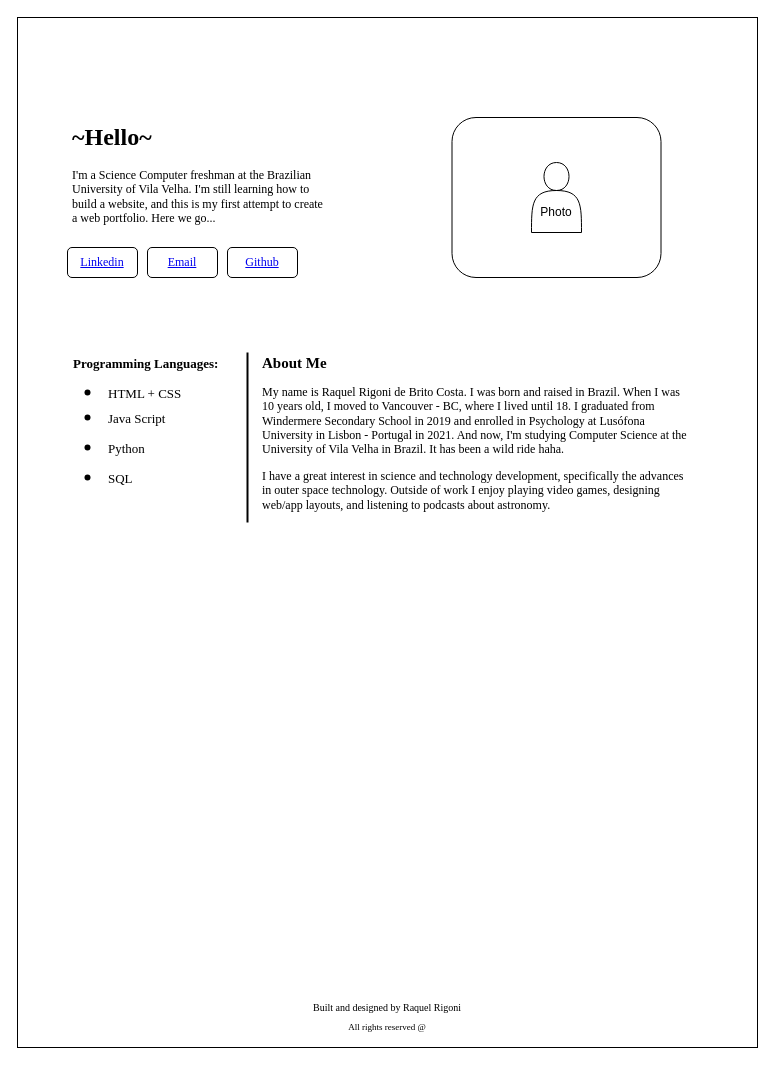
Above: Portfolio Layout Web.drawio in raqlr/WebCC1M (draw.io), before the change. Source tidied: cells renumbered, new cells numbered last; positions are measured from the earlier drawing's top-left corner, leaving out a move shared by most shapes. Both pictures are drawn from the tidied source at 100%, with x=0, y=0 at pixel (17, 17).
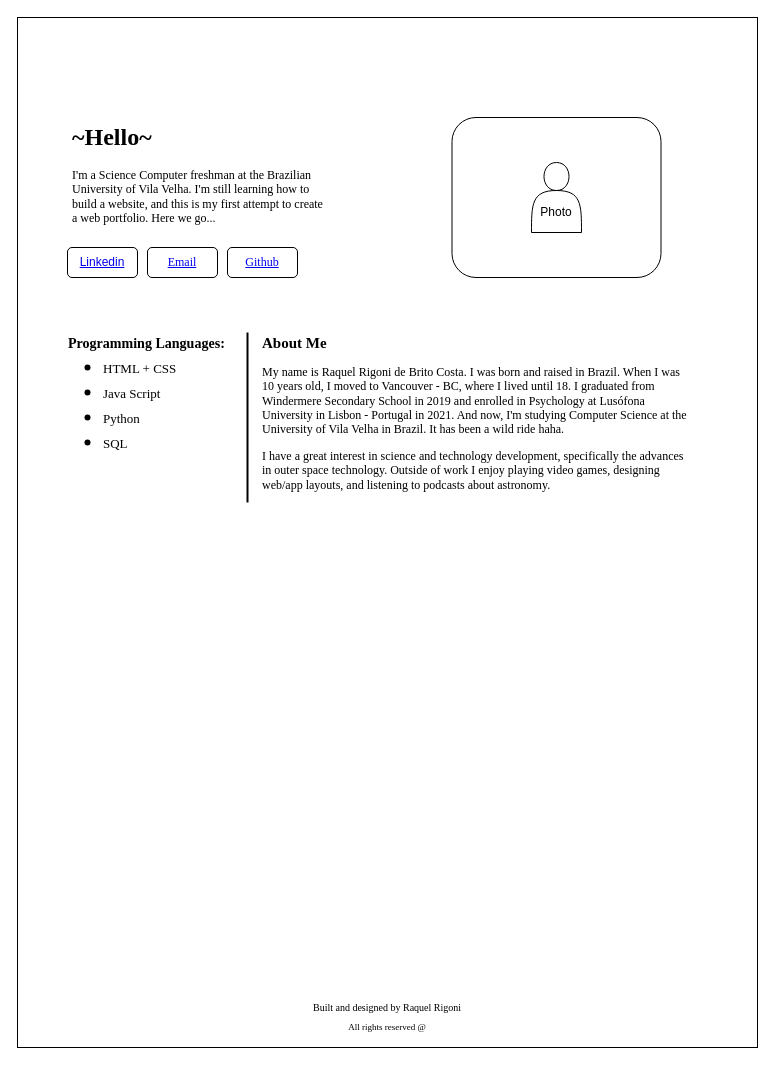
Above is the later version.

What changed in the source:
```diff
@@
-    <mxCell id="4" style="rounded=1;whiteSpace=wrap;html=1;fontFamily=Times New Roman;" parent="1" vertex="1">
-      <mxGeometry x="50" y="230" width="70" height="30" as="geometry" />
-    </mxCell>
@@
     <mxCell id="10" value="&lt;h2&gt;About Me&lt;/h2&gt;&lt;p style=&quot;font-size: 12px;&quot;&gt;&lt;font style=&quot;font-size: 12px;&quot;&gt;My name is Raquel Rigoni de Brito Costa. I was born and raised in Brazil. When I was 10 years old, I moved to Vancouver - BC, where I lived until 18. I graduated from Windermere Secondary School in 2019 and enrolled in Psychology at Lusófona University in Lisbon - Portugal in 2021. And now, I'm studying Computer Science at the University of Vila Velha in Brazil. It has been a wild ride haha.&amp;nbsp;&lt;br&gt;&lt;/font&gt;&lt;/p&gt;&lt;p style=&quot;font-size: 12px;&quot;&gt;&lt;font style=&quot;font-size: 12px;&quot;&gt;I have a great interest in science and technology development, specifically the advances in outer space technology.&lt;/font&gt;&lt;span style=&quot;font-size: 12px;&quot;&gt;&amp;nbsp;Outside of work I enjoy playing video games, designing web/app layouts, and listening to podcasts about astronomy.&lt;/span&gt;&lt;br&gt;&lt;/p&gt;&lt;p&gt;&lt;span style=&quot;font-size: 12px;&quot;&gt;&lt;br&gt;&lt;/span&gt;&lt;/p&gt;" style="text;html=1;strokeColor=none;fillColor=none;spacing=5;spacingTop=-20;whiteSpace=wrap;overflow=hidden;rounded=0;labelBorderColor=none;fontFamily=Times New Roman;fontSize=10;fontColor=default;" parent="1" vertex="1">
-      <mxGeometry x="240" y="335" width="440" height="170" as="geometry" />
+      <mxGeometry x="240" y="315" width="440" height="170" as="geometry" />
     </mxCell>
-    <mxCell id="11" value="Programming Languages:" style="text;strokeColor=none;fillColor=none;align=left;verticalAlign=middle;spacingLeft=4;spacingRight=4;overflow=hidden;labelBorderColor=none;fontFamily=Times New Roman;fontSize=13;fontColor=default;fontStyle=1;" parent="1" vertex="1">
-      <mxGeometry x="50" y="335" width="160" height="20" as="geometry" />
+    <mxCell id="11" value="Programming Languages:" style="text;strokeColor=none;fillColor=none;align=left;verticalAlign=middle;spacingLeft=4;spacingRight=4;overflow=hidden;labelBorderColor=none;fontFamily=Times New Roman;fontSize=14.04;fontColor=default;fontStyle=1;" parent="1" vertex="1">
+      <mxGeometry x="45" y="315" width="175" height="20" as="geometry" />
     </mxCell>
     <mxCell id="12" style="line;strokeWidth=2;html=1;labelBorderColor=none;fontFamily=Times New Roman;fontSize=12;fontColor=#000000;rotation=90;" parent="1" vertex="1">
-      <mxGeometry x="145" y="415" width="170" height="10" as="geometry" />
+      <mxGeometry x="145" y="395" width="170" height="10" as="geometry" />
     </mxCell>
     <mxCell id="13" value="Java Script" style="text;strokeColor=none;fillColor=none;align=left;verticalAlign=middle;spacingLeft=4;spacingRight=4;overflow=hidden;labelBorderColor=none;fontFamily=Times New Roman;fontSize=13;fontColor=default;" parent="1" vertex="1">
-      <mxGeometry x="85" y="385" width="80" height="30" as="geometry" />
+      <mxGeometry x="80" y="360" width="80" height="30" as="geometry" />
     </mxCell>
     <mxCell id="14" value="Python" style="text;strokeColor=none;fillColor=none;align=left;verticalAlign=middle;spacingLeft=4;spacingRight=4;overflow=hidden;labelBorderColor=none;fontFamily=Times New Roman;fontSize=13;fontColor=default;" parent="1" vertex="1">
-      <mxGeometry x="85" y="415" width="80" height="30" as="geometry" />
+      <mxGeometry x="80" y="385" width="80" height="30" as="geometry" />
     </mxCell>
     <mxCell id="15" value="HTML + CSS" style="text;strokeColor=none;fillColor=none;align=left;verticalAlign=middle;spacingLeft=4;spacingRight=4;overflow=hidden;labelBorderColor=none;fontFamily=Times New Roman;fontSize=13;fontColor=default;" parent="1" vertex="1">
-      <mxGeometry x="85" y="360" width="90" height="30" as="geometry" />
+      <mxGeometry x="80" y="335" width="90" height="30" as="geometry" />
     </mxCell>
     <mxCell id="16" value="SQL" style="text;strokeColor=none;fillColor=none;align=left;verticalAlign=middle;spacingLeft=4;spacingRight=4;overflow=hidden;labelBorderColor=none;fontFamily=Times New Roman;fontSize=13;fontColor=default;" parent="1" vertex="1">
-      <mxGeometry x="85" y="445" width="80" height="30" as="geometry" />
+      <mxGeometry x="80" y="410" width="80" height="30" as="geometry" />
     </mxCell>
-    <mxCell id="17" value="Linkedin" style="text;html=1;strokeColor=none;fillColor=none;whiteSpace=wrap;align=center;verticalAlign=middle;fontColor=#0000EE;fontStyle=4;labelBorderColor=none;fontFamily=Times New Roman;fontSize=12;" parent="1" vertex="1">
-      <mxGeometry x="55" y="225" width="60" height="40" as="geometry" />
-    </mxCell>
@@
     <mxCell id="19" style="shape=waypoint;sketch=0;fillStyle=solid;size=6;fillColor=none;perimeter=centerPerimeter;labelBorderColor=none;fontFamily=Times New Roman;fontSize=13;fontColor=default;strokeColor=default;" parent="1" vertex="1">
-      <mxGeometry x="50" y="380" width="40" height="40" as="geometry" />
+      <mxGeometry x="50" y="330" width="40" height="40" as="geometry" />
     </mxCell>
     <mxCell id="20" style="shape=waypoint;sketch=0;fillStyle=solid;size=6;fillColor=none;perimeter=centerPerimeter;labelBorderColor=none;fontFamily=Times New Roman;fontSize=13;fontColor=default;strokeColor=default;" parent="1" vertex="1">
-      <mxGeometry x="50" y="410" width="40" height="40" as="geometry" />
+      <mxGeometry x="50" y="405" width="40" height="40" as="geometry" />
     </mxCell>
     <mxCell id="21" style="shape=waypoint;sketch=0;fillStyle=solid;size=6;fillColor=none;perimeter=centerPerimeter;labelBorderColor=none;fontFamily=Times New Roman;fontSize=13;fontColor=default;strokeColor=default;" parent="1" vertex="1">
-      <mxGeometry x="50" y="440" width="40" height="40" as="geometry" />
+      <mxGeometry x="50" y="380" width="40" height="40" as="geometry" />
     </mxCell>
@@
+    <mxCell id="4" style="rounded=1;whiteSpace=wrap;html=1;fontFamily=Times New Roman;" parent="1" vertex="1">
+      <mxGeometry x="50" y="230" width="70" height="30" as="geometry" />
+    </mxCell>
+    <mxCell id="17" value="Linkedin" style="text;html=1;strokeColor=none;fillColor=none;whiteSpace=wrap;align=center;verticalAlign=middle;fontColor=#0000EE;fontStyle=4;fontSize=12;" parent="1" vertex="1">
+      <mxGeometry x="55" y="225" width="60" height="40" as="geometry" />
+    </mxCell>
```
